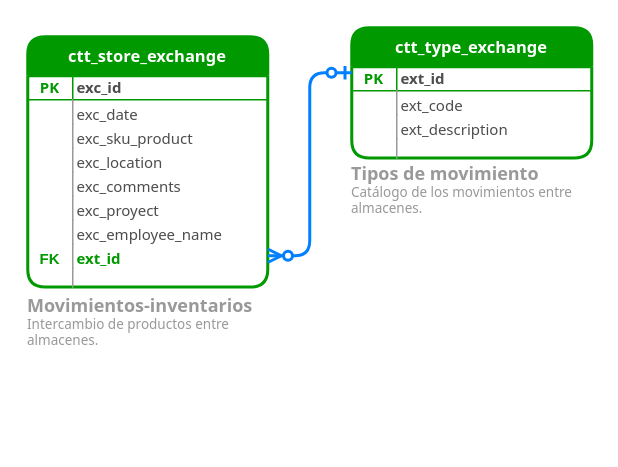
This is page "Página-3" (3 of 3) of _desarrollo/archivos_info/CTTRentals entidad relacion.drawio from juarezjorr/TesteoCire, a draw.io file, before an edit. Source tidied: cells renumbered, new cells numbered last; positions are measured from the earlier drawing's top-left corner, leaving out a move shared by most shapes. Both pictures are drawn from the tidied source at 150%, with x=0, y=0 at pixel (27, 27).
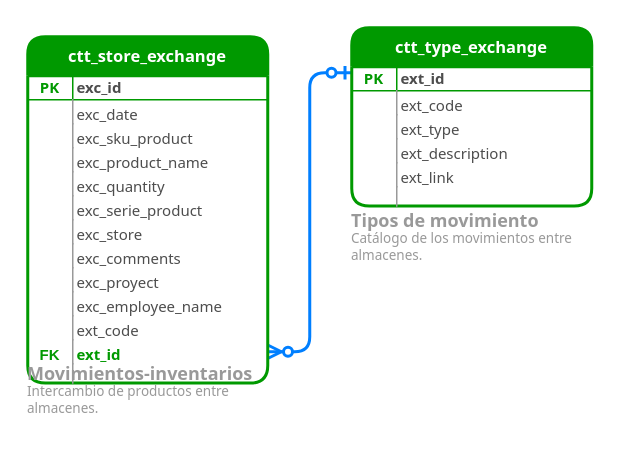
The same diagram, later.

Commit message (it also covers changes not shown here):
Movimiento entre almcenes

Unchanged cells that the change refers to:
```xml
<mxCell id="25" value="ext_id" style="shape=partialRectangle;top=0;left=0;right=0;bottom=1;align=left;verticalAlign=middle;fillColor=none;spacingLeft=33;spacingRight=0;overflow=hidden;points=[[0,0.5],[1,0.5]];portConstraint=eastwest;fontStyle=1;fontSize=10;fontFamily=Tahoma;strokeColor=#009900;spacing=0;fontColor=#4D4D4D;" parent="24" vertex="1">
  <mxGeometry y="26" width="160" height="16" as="geometry" />
</mxCell>
```

Diff of the diagram source:
```diff
@@
-    <mxCell id="2" style="group;" parent="1" vertex="1">
-      <mxGeometry y="6" width="160" height="220" as="geometry" />
-    </mxCell>
+    <mxCell id="34" style="edgeStyle=orthogonalEdgeStyle;rounded=1;jettySize=auto;html=1;entryX=1;entryY=0.5;entryDx=0;entryDy=0;fontFamily=Tahoma;fontSize=10;fontColor=#007FFF;strokeColor=#007FFF;strokeWidth=2;endFill=1;endArrow=ERzeroToMany;startFill=1;startArrow=ERzeroToOne;exitX=0;exitY=0.248;exitDx=0;exitDy=0;exitPerimeter=0;" parent="1" edge="1" source="25" target="18">
+      <mxGeometry relative="1" as="geometry" />
+    </mxCell>
+    <mxCell id="35" style="group;" parent="1" vertex="1">
+      <mxGeometry y="6" width="160" height="265" as="geometry" />
+    </mxCell>
-    <mxCell id="3" value="ctt_store_exchange" style="swimlane;fontStyle=1;horizontal=1;startSize=26;swimlaneFillColor=#ffffff;align=center;fontSize=11;strokeWidth=2;rounded=1;fontColor=#FFFFFF;fontFamily=Tahoma;fillColor=#009900;strokeColor=#009900;" parent="2" vertex="1">
-      <mxGeometry width="160" height="166.9" as="geometry" />
+    <mxCell id="3" value="ctt_store_exchange" style="swimlane;fontStyle=1;horizontal=1;startSize=26;swimlaneFillColor=#ffffff;align=center;fontSize=11;strokeWidth=2;rounded=1;fontColor=#FFFFFF;fontFamily=Tahoma;fillColor=#009900;strokeColor=#009900;" parent="35" vertex="1">
+      <mxGeometry width="160" height="230.9" as="geometry" />
     </mxCell>
@@
+    <mxCell id="36" value="exc_product_name" style="shape=partialRectangle;top=0;left=0;right=0;bottom=0;align=left;verticalAlign=top;fillColor=none;spacingLeft=33;spacingRight=0;overflow=hidden;fontSize=10;fontFamily=Tahoma;spacing=0;dashed=1;strokeColor=#80A9E3;fontColor=#4D4D4D;" parent="3" vertex="1">
+      <mxGeometry y="74" width="160" height="16" as="geometry" />
+    </mxCell>
+    <mxCell id="37" style="shape=partialRectangle;top=0;left=0;bottom=0;fillColor=none;align=left;verticalAlign=top;spacingLeft=4;spacingRight=4;overflow=hidden;fontSize=12;strokeColor=#999999;" parent="36" vertex="1">
+      <mxGeometry width="30" height="16" as="geometry" />
+    </mxCell>
+    <mxCell id="38" value="exc_quantity" style="shape=partialRectangle;top=0;left=0;right=0;bottom=0;align=left;verticalAlign=top;fillColor=none;spacingLeft=33;spacingRight=0;overflow=hidden;fontSize=10;fontFamily=Tahoma;spacing=0;dashed=1;strokeColor=#80A9E3;fontColor=#4D4D4D;" parent="3" vertex="1">
+      <mxGeometry y="90" width="160" height="16" as="geometry" />
+    </mxCell>
+    <mxCell id="39" style="shape=partialRectangle;top=0;left=0;bottom=0;fillColor=none;align=left;verticalAlign=top;spacingLeft=4;spacingRight=4;overflow=hidden;fontSize=12;strokeColor=#999999;" parent="38" vertex="1">
+      <mxGeometry width="30" height="16" as="geometry" />
+    </mxCell>
+    <mxCell id="40" value="exc_serie_product" style="shape=partialRectangle;top=0;left=0;right=0;bottom=0;align=left;verticalAlign=top;fillColor=none;spacingLeft=33;spacingRight=0;overflow=hidden;fontSize=10;fontFamily=Tahoma;spacing=0;dashed=1;strokeColor=#80A9E3;fontColor=#4D4D4D;" parent="3" vertex="1">
+      <mxGeometry y="106" width="160" height="16" as="geometry" />
+    </mxCell>
+    <mxCell id="41" style="shape=partialRectangle;top=0;left=0;bottom=0;fillColor=none;align=left;verticalAlign=top;spacingLeft=4;spacingRight=4;overflow=hidden;fontSize=12;strokeColor=#999999;" parent="40" vertex="1">
+      <mxGeometry width="30" height="16" as="geometry" />
+    </mxCell>
-    <mxCell id="10" value="exc_location" style="shape=partialRectangle;top=0;left=0;right=0;bottom=0;align=left;verticalAlign=top;fillColor=none;spacingLeft=33;spacingRight=0;overflow=hidden;fontSize=10;fontFamily=Tahoma;spacing=0;dashed=1;strokeColor=#80A9E3;fontColor=#4D4D4D;" parent="3" vertex="1">
-      <mxGeometry y="74" width="160" height="16" as="geometry" />
+    <mxCell id="10" value="exc_store" style="shape=partialRectangle;top=0;left=0;right=0;bottom=0;align=left;verticalAlign=top;fillColor=none;spacingLeft=33;spacingRight=0;overflow=hidden;fontSize=10;fontFamily=Tahoma;spacing=0;dashed=1;strokeColor=#80A9E3;fontColor=#4D4D4D;" parent="3" vertex="1">
+      <mxGeometry y="122" width="160" height="16" as="geometry" />
     </mxCell>
@@
     <mxCell id="12" value="exc_comments" style="shape=partialRectangle;top=0;left=0;right=0;bottom=0;align=left;verticalAlign=top;fillColor=none;spacingLeft=33;spacingRight=0;overflow=hidden;fontSize=10;fontFamily=Tahoma;spacing=0;dashed=1;strokeColor=#80A9E3;fontColor=#4D4D4D;" parent="3" vertex="1">
-      <mxGeometry y="90" width="160" height="16" as="geometry" />
+      <mxGeometry y="138" width="160" height="16" as="geometry" />
     </mxCell>
@@
     <mxCell id="14" value="exc_proyect" style="shape=partialRectangle;top=0;left=0;right=0;bottom=0;align=left;verticalAlign=top;fillColor=none;spacingLeft=33;spacingRight=0;overflow=hidden;fontSize=10;fontFamily=Tahoma;spacing=0;dashed=1;strokeColor=#80A9E3;fontColor=#4D4D4D;" parent="3" vertex="1">
-      <mxGeometry y="106" width="160" height="16" as="geometry" />
+      <mxGeometry y="154" width="160" height="16" as="geometry" />
     </mxCell>
@@
     <mxCell id="16" value="exc_employee_name" style="shape=partialRectangle;top=0;left=0;right=0;bottom=0;align=left;verticalAlign=top;fillColor=none;spacingLeft=33;spacingRight=0;overflow=hidden;fontSize=10;fontFamily=Tahoma;spacing=0;dashed=1;strokeColor=#80A9E3;fontColor=#4D4D4D;" parent="3" vertex="1">
-      <mxGeometry y="122" width="160" height="16" as="geometry" />
+      <mxGeometry y="170" width="160" height="16" as="geometry" />
     </mxCell>
@@
+    <mxCell id="42" value="ext_code" style="shape=partialRectangle;top=0;left=0;right=0;bottom=0;align=left;verticalAlign=top;fillColor=none;spacingLeft=33;spacingRight=0;overflow=hidden;fontSize=10;fontFamily=Tahoma;spacing=0;dashed=1;strokeColor=#80A9E3;fontColor=#4D4D4D;" parent="3" vertex="1">
+      <mxGeometry y="186" width="160" height="16" as="geometry" />
+    </mxCell>
+    <mxCell id="43" style="shape=partialRectangle;top=0;left=0;bottom=0;fillColor=none;align=left;verticalAlign=top;spacingLeft=4;spacingRight=4;overflow=hidden;fontSize=12;strokeColor=#999999;" parent="42" vertex="1">
+      <mxGeometry width="30" height="16" as="geometry" />
+    </mxCell>
     <mxCell id="18" value="ext_id" style="shape=partialRectangle;top=0;left=0;right=0;bottom=0;align=left;verticalAlign=top;fillColor=none;spacingLeft=33;spacingRight=0;overflow=hidden;points=[[0,0.5],[1,0.5]];portConstraint=eastwest;fontSize=10;fontFamily=Tahoma;spacing=0;fontStyle=1;fontColor=#009900;" parent="3" vertex="1">
-      <mxGeometry y="138" width="160" height="16" as="geometry" />
+      <mxGeometry y="202" width="160" height="16" as="geometry" />
     </mxCell>
@@
     <mxCell id="20" style="shape=partialRectangle;top=0;left=0;right=0;bottom=0;align=left;verticalAlign=top;fillColor=none;spacingLeft=33;spacingRight=3;overflow=hidden;fontSize=10;fontFamily=Tahoma;spacing=2;" parent="3" vertex="1">
-      <mxGeometry y="154" width="160" height="12.9" as="geometry" />
+      <mxGeometry y="218" width="160" height="12.9" as="geometry" />
     </mxCell>
@@
-    <mxCell id="22" value="&lt;h4&gt;&lt;font style=&quot;line-height: 0%&quot;&gt;&lt;span style=&quot;font-size: 12px&quot;&gt;Movimientos-inventarios&lt;br&gt;&lt;/span&gt;&lt;/font&gt;&lt;span style=&quot;font-weight: normal&quot;&gt;Intercambio de productos entre almacenes.&lt;/span&gt;&lt;/h4&gt;" style="text;html=1;strokeColor=none;fillColor=none;spacing=0;spacingTop=-13;whiteSpace=wrap;overflow=hidden;rounded=0;fontFamily=Tahoma;fontSize=9;fontColor=#999999;" parent="2" vertex="1">
-      <mxGeometry y="172.2" width="160" height="47.8" as="geometry" />
+    <mxCell id="22" value="&lt;h4&gt;&lt;font style=&quot;line-height: 0%&quot;&gt;&lt;span style=&quot;font-size: 12px&quot;&gt;Movimientos-inventarios&lt;br&gt;&lt;/span&gt;&lt;/font&gt;&lt;span style=&quot;font-weight: normal&quot;&gt;Intercambio de productos entre almacenes.&lt;/span&gt;&lt;/h4&gt;" style="text;html=1;strokeColor=none;fillColor=none;spacing=0;spacingTop=-13;whiteSpace=wrap;overflow=hidden;rounded=0;fontFamily=Tahoma;fontSize=9;fontColor=#999999;" parent="35" vertex="1">
+      <mxGeometry y="217.2" width="160" height="47.8" as="geometry" />
     </mxCell>
-    <mxCell id="23" style="group;" parent="1" vertex="1">
-      <mxGeometry x="216" width="160" height="220" as="geometry" />
-    </mxCell>
+    <mxCell id="44" style="group;" parent="1" vertex="1">
+      <mxGeometry x="216" width="160" height="169" as="geometry" />
+    </mxCell>
-    <mxCell id="24" value="ctt_type_exchange" style="swimlane;fontStyle=1;horizontal=1;startSize=26;swimlaneFillColor=#ffffff;align=center;fontSize=11;strokeWidth=2;rounded=1;fontColor=#FFFFFF;fontFamily=Tahoma;fillColor=#009900;strokeColor=#009900;" parent="23" vertex="1">
-      <mxGeometry width="160" height="86.9" as="geometry" />
+    <mxCell id="24" value="ctt_type_exchange" style="swimlane;fontStyle=1;horizontal=1;startSize=26;swimlaneFillColor=#ffffff;align=center;fontSize=11;strokeWidth=2;rounded=1;fontColor=#FFFFFF;fontFamily=Tahoma;fillColor=#009900;strokeColor=#009900;" parent="44" vertex="1">
+      <mxGeometry width="160" height="118.9" as="geometry" />
     </mxCell>
@@
+    <mxCell id="45" value="ext_type" style="shape=partialRectangle;top=0;left=0;right=0;bottom=0;align=left;verticalAlign=top;fillColor=none;spacingLeft=33;spacingRight=0;overflow=hidden;fontSize=10;fontFamily=Tahoma;spacing=0;dashed=1;strokeColor=#80A9E3;fontColor=#4D4D4D;" parent="24" vertex="1">
+      <mxGeometry y="58" width="160" height="16" as="geometry" />
+    </mxCell>
+    <mxCell id="46" style="shape=partialRectangle;top=0;left=0;bottom=0;fillColor=none;align=left;verticalAlign=top;spacingLeft=4;spacingRight=4;overflow=hidden;fontSize=12;strokeColor=#999999;" parent="45" vertex="1">
+      <mxGeometry width="30" height="16" as="geometry" />
+    </mxCell>
     <mxCell id="29" value="ext_description" style="shape=partialRectangle;top=0;left=0;right=0;bottom=0;align=left;verticalAlign=top;fillColor=none;spacingLeft=33;spacingRight=0;overflow=hidden;fontSize=10;fontFamily=Tahoma;spacing=0;dashed=1;strokeColor=#80A9E3;fontColor=#4D4D4D;" parent="24" vertex="1">
-      <mxGeometry y="58" width="160" height="16" as="geometry" />
+      <mxGeometry y="74" width="160" height="16" as="geometry" />
     </mxCell>
@@
+    <mxCell id="47" value="ext_link" style="shape=partialRectangle;top=0;left=0;right=0;bottom=0;align=left;verticalAlign=top;fillColor=none;spacingLeft=33;spacingRight=0;overflow=hidden;fontSize=10;fontFamily=Tahoma;spacing=0;dashed=1;strokeColor=#80A9E3;fontColor=#4D4D4D;" parent="24" vertex="1">
+      <mxGeometry y="90" width="160" height="16" as="geometry" />
+    </mxCell>
+    <mxCell id="48" style="shape=partialRectangle;top=0;left=0;bottom=0;fillColor=none;align=left;verticalAlign=top;spacingLeft=4;spacingRight=4;overflow=hidden;fontSize=12;strokeColor=#999999;" parent="47" vertex="1">
+      <mxGeometry width="30" height="16" as="geometry" />
+    </mxCell>
     <mxCell id="31" style="shape=partialRectangle;top=0;left=0;right=0;bottom=0;align=left;verticalAlign=top;fillColor=none;spacingLeft=33;spacingRight=3;overflow=hidden;fontSize=10;fontFamily=Tahoma;spacing=2;" parent="24" vertex="1">
-      <mxGeometry y="74" width="160" height="12.9" as="geometry" />
+      <mxGeometry y="106" width="160" height="12.9" as="geometry" />
     </mxCell>
@@
-    <mxCell id="33" value="&lt;h4&gt;&lt;font style=&quot;line-height: 0%&quot;&gt;&lt;span style=&quot;font-size: 12px&quot;&gt;Tipos de movimiento&lt;br&gt;&lt;/span&gt;&lt;/font&gt;&lt;span style=&quot;font-weight: normal&quot;&gt;Catálogo de los movimientos entre almacenes.&lt;/span&gt;&lt;/h4&gt;" style="text;html=1;strokeColor=none;fillColor=none;spacing=0;spacingTop=-13;whiteSpace=wrap;overflow=hidden;rounded=0;fontFamily=Tahoma;fontSize=9;fontColor=#999999;" parent="23" vertex="1">
-      <mxGeometry y="90.2" width="160" height="47.8" as="geometry" />
+    <mxCell id="33" value="&lt;h4&gt;&lt;font style=&quot;line-height: 0%&quot;&gt;&lt;span style=&quot;font-size: 12px&quot;&gt;Tipos de movimiento&lt;br&gt;&lt;/span&gt;&lt;/font&gt;&lt;span style=&quot;font-weight: normal&quot;&gt;Catálogo de los movimientos entre almacenes.&lt;/span&gt;&lt;/h4&gt;" style="text;html=1;strokeColor=none;fillColor=none;spacing=0;spacingTop=-13;whiteSpace=wrap;overflow=hidden;rounded=0;fontFamily=Tahoma;fontSize=9;fontColor=#999999;" parent="44" vertex="1">
+      <mxGeometry y="121.2" width="160" height="47.8" as="geometry" />
     </mxCell>
-    <mxCell id="34" style="edgeStyle=orthogonalEdgeStyle;rounded=1;jettySize=auto;html=1;entryX=1;entryY=0.5;entryDx=0;entryDy=0;fontFamily=Tahoma;fontSize=10;fontColor=#007FFF;strokeColor=#007FFF;strokeWidth=2;endFill=1;endArrow=ERzeroToMany;startFill=1;startArrow=ERzeroToOne;exitX=0;exitY=0.248;exitDx=0;exitDy=0;exitPerimeter=0;" parent="1" edge="1" source="25" target="18">
-      <mxGeometry relative="1" as="geometry" />
-    </mxCell>
```
